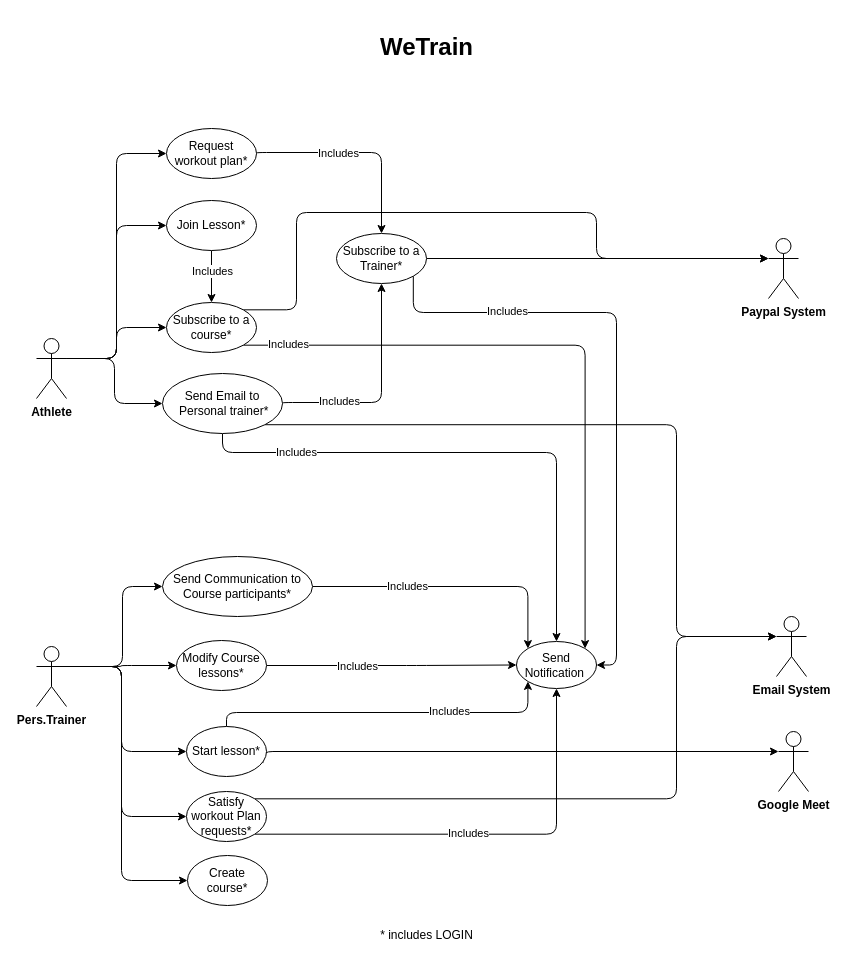
This is UCdiagram.drawio from Bobbarello00/WeTrain, a draw.io file, before an edit. Source tidied: cells renumbered, new cells numbered last; positions are measured from the earlier drawing's top-left corner, leaving out a move shared by most shapes. Both pictures are drawn from the tidied source at 100%, with x=0, y=0 at pixel (36, 22).
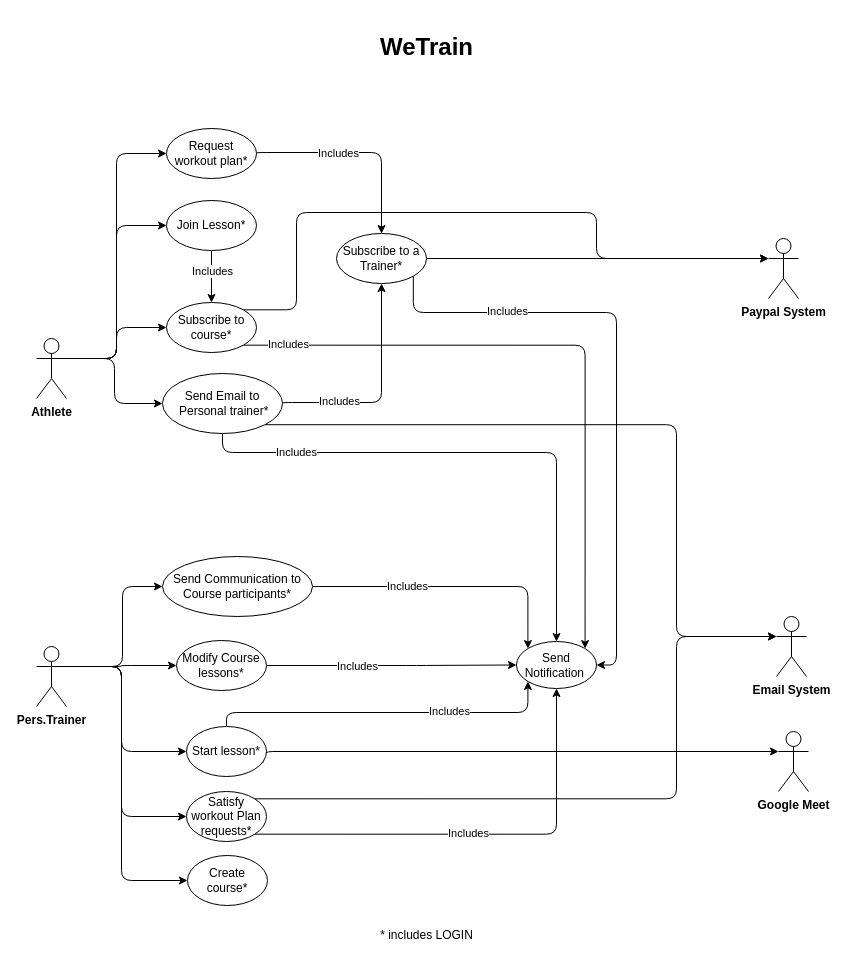
The same page after the edit.

Change to the diagram source:
```diff
@@
-    <mxCell id="43" value="Subscribe to a course*" style="ellipse;whiteSpace=wrap;html=1;rounded=1;" parent="1" vertex="1">
+    <mxCell id="43" value="Subscribe to &lt;br&gt;course*" style="ellipse;whiteSpace=wrap;html=1;rounded=1;" parent="1" vertex="1">
       <mxGeometry x="130" y="280" width="90" height="50" as="geometry" />
     </mxCell>
```
